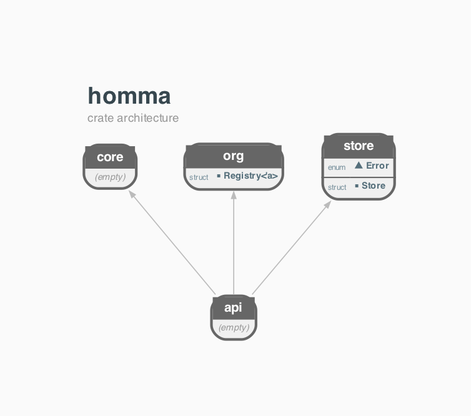
Earlier version of the Graphviz export docs/STRUCTURE.GRAPH.png (orgrinrt/homma). Its source is kept beside it as docs/STRUCTURE.GRAPH.dot.
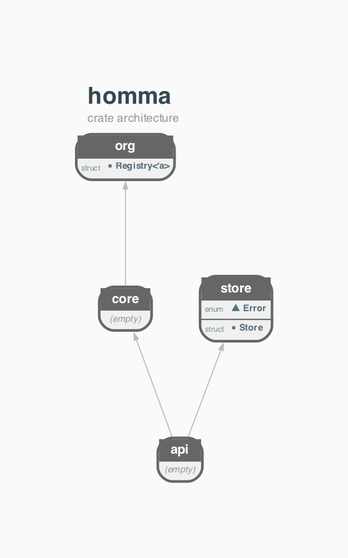
After the change.

Commit message:
docs: regenerate the structure docs after the org dependency

Diff of the diagram source:
```diff
@@ -17,11 +17,12 @@
     homma_store [shape=none, margin=0, label=<<TABLE BORDER="2" CELLBORDER="0" CELLSPACING="0" CELLPADDING="3" BGCOLOR="#F0F0F0" COLOR="#666666" STYLE="ROUNDED"><TR><TD COLSPAN="2" BGCOLOR="#666666" ALIGN="CENTER"><FONT COLOR="white" POINT-SIZE="10"><B>  store  </B></FONT></TD></TR><HR/><TR><TD ALIGN="LEFT"><FONT COLOR="#78909C" POINT-SIZE="6">enum</FONT></TD><TD ALIGN="LEFT" PORT="p_Error"><FONT COLOR="#546E7A" POINT-SIZE="7"><B>▲ Error</B></FONT></TD></TR><HR/><TR><TD ALIGN="LEFT"><FONT COLOR="#78909C" POINT-SIZE="6">struct</FONT></TD><TD ALIGN="LEFT" PORT="p_Store"><FONT COLOR="#546E7A" POINT-SIZE="7"><B>■ Store</B></FONT></TD></TR></TABLE>>];
 
     { rank=same; homma_api; } // depth 0
-    { rank=same; homma_core; homma_org; homma_store; } // depth 1
+    { rank=same; homma_core; homma_store; } // depth 1
+    { rank=same; homma_org; } // depth 2
 
 
     homma_api -> homma_core;
-    homma_api -> homma_org;
+    homma_core -> homma_org;
     homma_api -> homma_store;
 
 }
```
